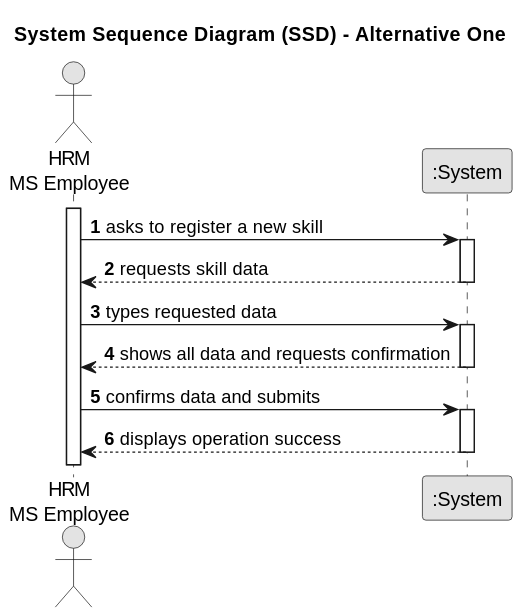
This is docs/sprintA/us001/01.requirements-engineering/svg/us001-system-sequence-diagram.svg from Rui-San/LAPR2_2023_2024, a PlantUML export, as it was before one commit. The source it was exported from:
```plantuml
@startuml
skinparam monochrome true
skinparam packageStyle rectangle
skinparam shadowing false

title System Sequence Diagram (SSD) - Alternative One

autonumber

actor "HRM\nMS Employee" as Employee
participant ":System" as System

activate Employee

Employee -> System : asks to register a new skill
activate System

    System --> Employee : requests skill data
deactivate System

Employee -> System : types requested data
activate System

    System --> Employee : shows all data and requests confirmation
deactivate System

Employee -> System : confirms data and submits
activate System

    System --> Employee : displays operation success
deactivate System
@enduml
```
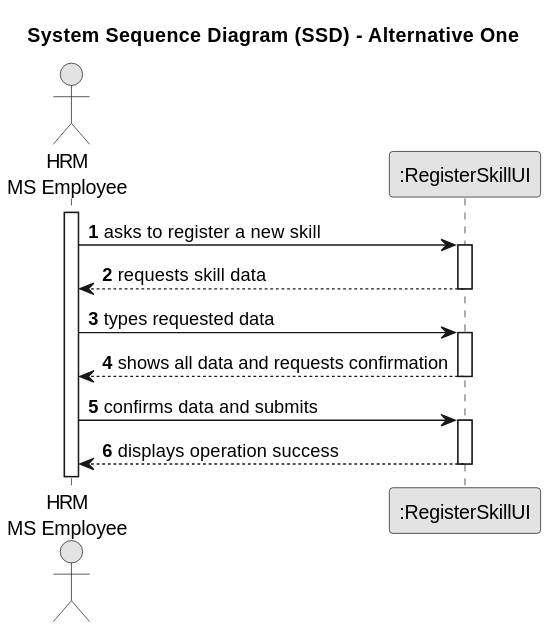
The same file after the commit.

Commit message:
- US001, US007: Update participants in System Sequence Diagram

Diff of the diagram source:
```diff
@@ -8,25 +8,25 @@
 autonumber
 
 actor "HRM\nMS Employee" as Employee
-participant ":System" as System
+participant ":RegisterSkillUI" as System
 
 activate Employee
 
-Employee -> System : asks to register a new skill
-activate System
+    Employee -> System : asks to register a new skill
+    activate System
 
-    System --> Employee : requests skill data
-deactivate System
+        System --> Employee : requests skill data
+    deactivate System
 
-Employee -> System : types requested data
-activate System
+    Employee -> System : types requested data
+    activate System
 
-    System --> Employee : shows all data and requests confirmation
-deactivate System
+        System --> Employee : shows all data and requests confirmation
+    deactivate System
 
-Employee -> System : confirms data and submits
-activate System
+    Employee -> System : confirms data and submits
+    activate System
 
-    System --> Employee : displays operation success
-deactivate System
+        System --> Employee : displays operation success
+    deactivate System
 @enduml
```
